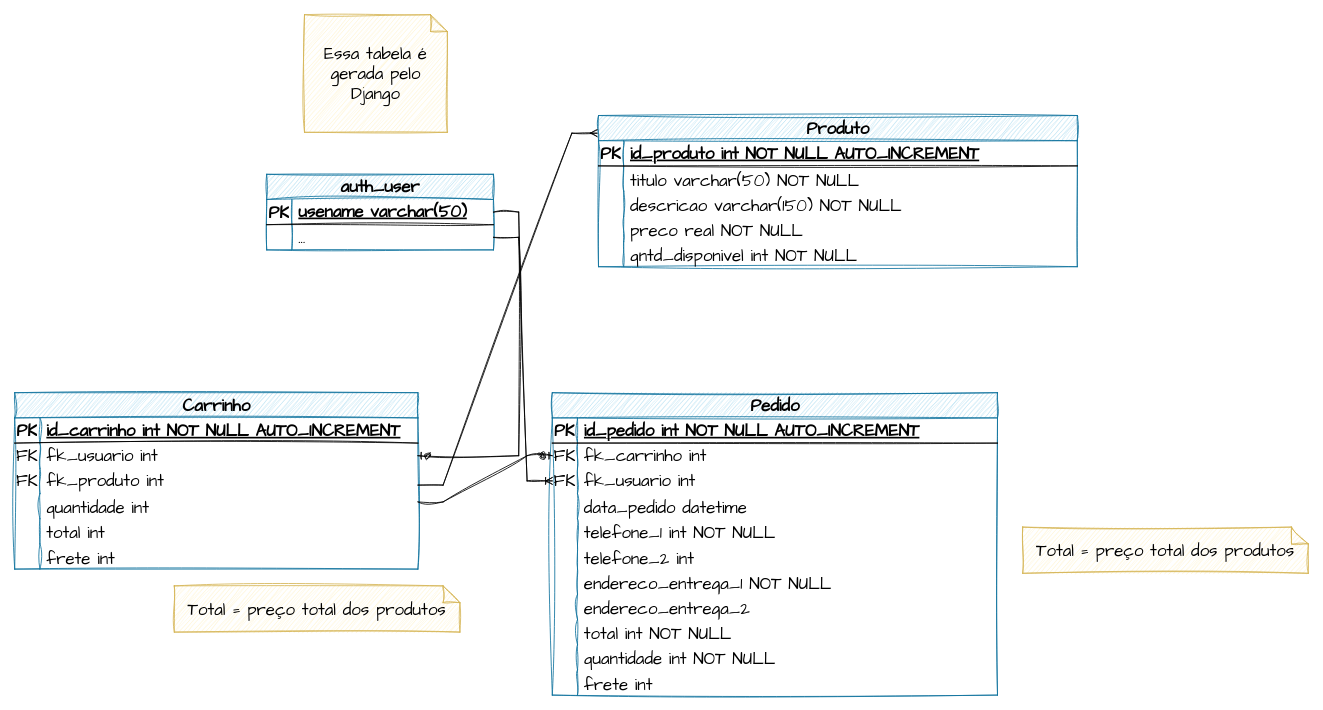
Before: docs/DER.drawio in rafaelngoncalves5/classewatches, a draw.io diagram. Source tidied: cells renumbered, new cells numbered last; positions are measured from the earlier drawing's top-left corner, leaving out a move shared by most shapes. Both pictures are drawn from the tidied source at 84%, with x=0, y=0 at pixel (14, 14).
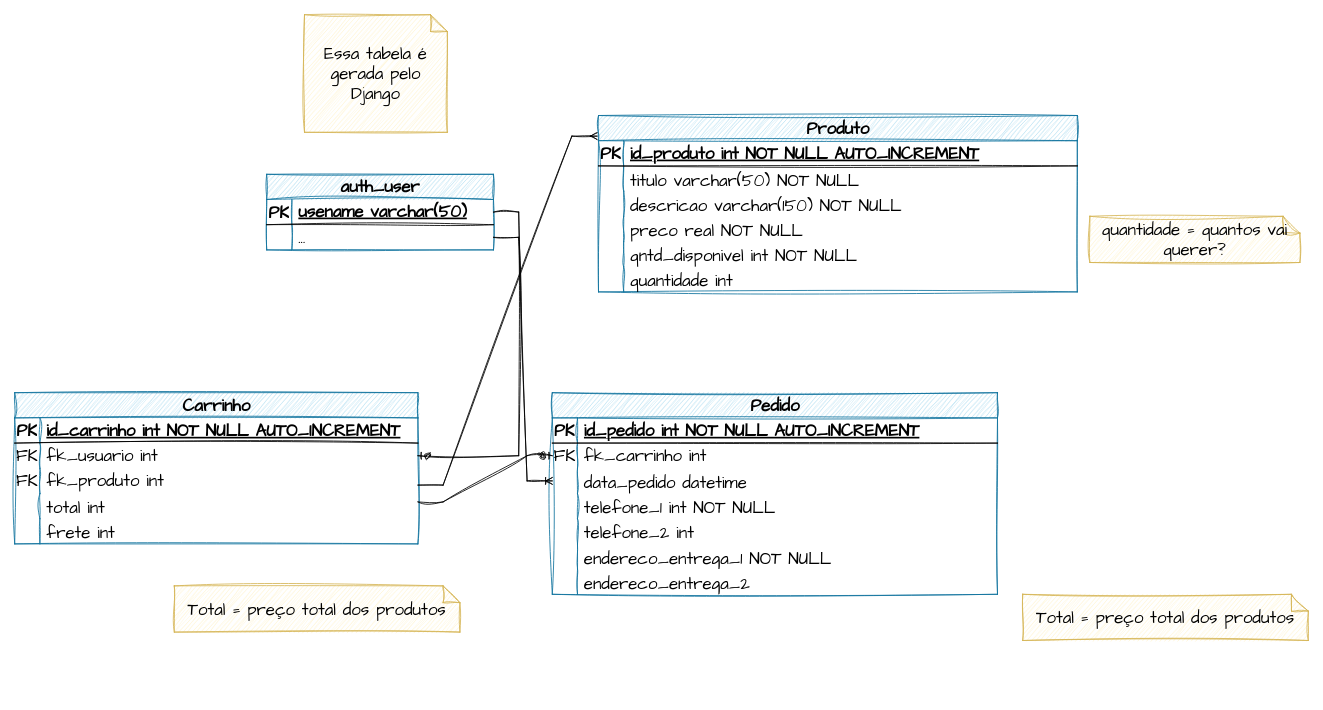
The same diagram, later.

Commit message (it also covers changes not shown here):
Formas Normais

Unchanged cells that the change refers to:
```xml
<mxCell id="19" style="shape=tableRow;horizontal=0;startSize=0;swimlaneHead=0;swimlaneBody=0;fillColor=none;points=[[0,0.5],[1,0.5]];portConstraint=eastwest;top=0;left=0;right=0;bottom=1;sketch=1;hachureGap=4;jiggle=2;curveFitting=1;fontFamily=Architects Daughter;fontSize=20;" parent="18" vertex="1">
  <mxGeometry y="30" width="270" height="30" as="geometry" />
</mxCell>
```

Diff of the diagram source:
```diff
@@
     <mxCell id="2" value="&lt;font color=&quot;#000000&quot;&gt;Produto&lt;/font&gt;" style="shape=table;startSize=30;childLayout=tableLayout;rowLines=0;fontStyle=1;align=center;html=1;sketch=1;hachureGap=4;jiggle=2;curveFitting=1;fontFamily=Architects Daughter;fontSize=20;fillColor=#b1ddf0;strokeColor=#10739e;" parent="1" vertex="1">
-      <mxGeometry x="695" y="120" width="570" height="180" as="geometry" />
+      <mxGeometry x="695" y="120" width="570" height="210" as="geometry" />
     </mxCell>
@@
+    <mxCell id="87" style="shape=tableRow;horizontal=0;startSize=0;swimlaneHead=0;swimlaneBody=0;fillColor=none;top=0;left=0;right=0;bottom=0;sketch=1;hachureGap=4;jiggle=2;curveFitting=1;fontFamily=Architects Daughter;fontSize=20;" parent="2" vertex="1">
+      <mxGeometry y="180" width="570" height="30" as="geometry" />
+    </mxCell>
+    <mxCell id="88" style="shape=partialRectangle;fillColor=none;top=0;left=0;bottom=0;right=0;overflow=hidden;sketch=1;hachureGap=4;jiggle=2;curveFitting=1;fontFamily=Architects Daughter;fontSize=20;" parent="87" vertex="1">
+      <mxGeometry width="30" height="30" as="geometry" />
+    </mxCell>
+    <mxCell id="74" value="quantidade int" style="shape=partialRectangle;fillColor=none;top=0;left=0;bottom=0;right=0;align=left;spacingLeft=6;overflow=hidden;sketch=1;hachureGap=4;jiggle=2;curveFitting=1;fontFamily=Architects Daughter;fontSize=20;" parent="87" vertex="1">
+      <mxGeometry x="30" width="540" height="30" as="geometry" />
+    </mxCell>
@@
     <mxCell id="25" value="Pedido" style="shape=table;startSize=30;childLayout=tableLayout;rowLines=0;fontStyle=1;align=center;html=1;sketch=1;hachureGap=4;jiggle=2;curveFitting=1;fontFamily=Architects Daughter;fontSize=20;fillColor=#b1ddf0;strokeColor=#10739e;" parent="1" vertex="1">
-      <mxGeometry x="640" y="450" width="530" height="360" as="geometry" />
+      <mxGeometry x="640" y="450" width="530" height="240" as="geometry" />
     </mxCell>
@@
-    <mxCell id="32" style="shape=tableRow;horizontal=0;startSize=0;swimlaneHead=0;swimlaneBody=0;fillColor=none;points=[[0,0.5],[1,0.5]];portConstraint=eastwest;top=0;left=0;right=0;bottom=0;sketch=1;hachureGap=4;jiggle=2;curveFitting=1;fontFamily=Architects Daughter;fontSize=20;" parent="25" vertex="1">
-      <mxGeometry y="90" width="530" height="30" as="geometry" />
-    </mxCell>
-    <mxCell id="33" value="FK" style="shape=partialRectangle;fillColor=none;top=0;left=0;bottom=0;right=0;fontStyle=0;overflow=hidden;whiteSpace=wrap;html=1;sketch=1;hachureGap=4;jiggle=2;curveFitting=1;fontFamily=Architects Daughter;fontSize=20;" parent="32" vertex="1">
-      <mxGeometry width="30" height="30" as="geometry" />
-    </mxCell>
-    <mxCell id="34" value="fk_usuario int" style="shape=partialRectangle;fillColor=none;top=0;left=0;bottom=0;right=0;align=left;spacingLeft=6;fontStyle=0;overflow=hidden;whiteSpace=wrap;html=1;sketch=1;hachureGap=4;jiggle=2;curveFitting=1;fontFamily=Architects Daughter;fontSize=20;" parent="32" vertex="1">
-      <mxGeometry x="30" width="500" height="30" as="geometry" />
-    </mxCell>
     <mxCell id="35" style="shape=tableRow;horizontal=0;startSize=0;swimlaneHead=0;swimlaneBody=0;fillColor=none;top=0;left=0;right=0;bottom=0;sketch=1;hachureGap=4;jiggle=2;curveFitting=1;fontFamily=Architects Daughter;fontSize=20;" parent="25" vertex="1">
-      <mxGeometry y="120" width="530" height="30" as="geometry" />
+      <mxGeometry y="90" width="530" height="30" as="geometry" />
     </mxCell>
@@
     <mxCell id="38" style="shape=tableRow;horizontal=0;startSize=0;swimlaneHead=0;swimlaneBody=0;fillColor=none;top=0;left=0;right=0;bottom=0;sketch=1;hachureGap=4;jiggle=2;curveFitting=1;fontFamily=Architects Daughter;fontSize=20;" parent="25" vertex="1">
-      <mxGeometry y="150" width="530" height="30" as="geometry" />
+      <mxGeometry y="120" width="530" height="30" as="geometry" />
     </mxCell>
@@
     <mxCell id="41" style="shape=tableRow;horizontal=0;startSize=0;swimlaneHead=0;swimlaneBody=0;fillColor=none;top=0;left=0;right=0;bottom=0;sketch=1;hachureGap=4;jiggle=2;curveFitting=1;fontFamily=Architects Daughter;fontSize=20;" parent="25" vertex="1">
-      <mxGeometry y="180" width="530" height="30" as="geometry" />
+      <mxGeometry y="150" width="530" height="30" as="geometry" />
     </mxCell>
@@
     <mxCell id="44" style="shape=tableRow;horizontal=0;startSize=0;swimlaneHead=0;swimlaneBody=0;fillColor=none;top=0;left=0;right=0;bottom=0;sketch=1;hachureGap=4;jiggle=2;curveFitting=1;fontFamily=Architects Daughter;fontSize=20;" parent="25" vertex="1">
-      <mxGeometry y="210" width="530" height="30" as="geometry" />
+      <mxGeometry y="180" width="530" height="30" as="geometry" />
     </mxCell>
@@
     <mxCell id="47" style="shape=tableRow;horizontal=0;startSize=0;swimlaneHead=0;swimlaneBody=0;fillColor=none;top=0;left=0;right=0;bottom=0;sketch=1;hachureGap=4;jiggle=2;curveFitting=1;fontFamily=Architects Daughter;fontSize=20;" parent="25" vertex="1">
-      <mxGeometry y="240" width="530" height="30" as="geometry" />
+      <mxGeometry y="210" width="530" height="30" as="geometry" />
     </mxCell>
@@
-    <mxCell id="50" style="shape=tableRow;horizontal=0;startSize=0;swimlaneHead=0;swimlaneBody=0;fillColor=none;top=0;left=0;right=0;bottom=0;sketch=1;hachureGap=4;jiggle=2;curveFitting=1;fontFamily=Architects Daughter;fontSize=20;" parent="25" vertex="1">
-      <mxGeometry y="270" width="530" height="30" as="geometry" />
-    </mxCell>
-    <mxCell id="51" style="shape=partialRectangle;fillColor=none;top=0;left=0;bottom=0;right=0;overflow=hidden;sketch=1;hachureGap=4;jiggle=2;curveFitting=1;fontFamily=Architects Daughter;fontSize=20;" parent="50" vertex="1">
-      <mxGeometry width="30" height="30" as="geometry" />
-    </mxCell>
-    <mxCell id="52" value="total int NOT NULL" style="shape=partialRectangle;fillColor=none;top=0;left=0;bottom=0;right=0;align=left;spacingLeft=6;overflow=hidden;sketch=1;hachureGap=4;jiggle=2;curveFitting=1;fontFamily=Architects Daughter;fontSize=20;" parent="50" vertex="1">
-      <mxGeometry x="30" width="500" height="30" as="geometry" />
-    </mxCell>
-    <mxCell id="53" style="shape=tableRow;horizontal=0;startSize=0;swimlaneHead=0;swimlaneBody=0;fillColor=none;top=0;left=0;right=0;bottom=0;sketch=1;hachureGap=4;jiggle=2;curveFitting=1;fontFamily=Architects Daughter;fontSize=20;" parent="25" vertex="1">
-      <mxGeometry y="300" width="530" height="30" as="geometry" />
-    </mxCell>
-    <mxCell id="54" style="shape=partialRectangle;fillColor=none;top=0;left=0;bottom=0;right=0;overflow=hidden;sketch=1;hachureGap=4;jiggle=2;curveFitting=1;fontFamily=Architects Daughter;fontSize=20;" parent="53" vertex="1">
-      <mxGeometry width="30" height="30" as="geometry" />
-    </mxCell>
-    <mxCell id="55" value="quantidade int NOT NULL" style="shape=partialRectangle;fillColor=none;top=0;left=0;bottom=0;right=0;align=left;spacingLeft=6;overflow=hidden;sketch=1;hachureGap=4;jiggle=2;curveFitting=1;fontFamily=Architects Daughter;fontSize=20;" parent="53" vertex="1">
-      <mxGeometry x="30" width="500" height="30" as="geometry" />
-    </mxCell>
-    <mxCell id="56" style="shape=tableRow;horizontal=0;startSize=0;swimlaneHead=0;swimlaneBody=0;fillColor=none;top=0;left=0;right=0;bottom=0;sketch=1;hachureGap=4;jiggle=2;curveFitting=1;fontFamily=Architects Daughter;fontSize=20;" parent="25" vertex="1">
-      <mxGeometry y="330" width="530" height="30" as="geometry" />
-    </mxCell>
-    <mxCell id="57" style="shape=partialRectangle;fillColor=none;top=0;left=0;bottom=0;right=0;overflow=hidden;sketch=1;hachureGap=4;jiggle=2;curveFitting=1;fontFamily=Architects Daughter;fontSize=20;" parent="56" vertex="1">
-      <mxGeometry width="30" height="30" as="geometry" />
-    </mxCell>
-    <mxCell id="58" value="frete int" style="shape=partialRectangle;fillColor=none;top=0;left=0;bottom=0;right=0;align=left;spacingLeft=6;overflow=hidden;sketch=1;hachureGap=4;jiggle=2;curveFitting=1;fontFamily=Architects Daughter;fontSize=20;" parent="56" vertex="1">
-      <mxGeometry x="30" width="500" height="30" as="geometry" />
-    </mxCell>
@@
     <mxCell id="62" value="Carrinho" style="shape=table;startSize=30;childLayout=tableLayout;rowLines=0;fontStyle=1;align=center;html=1;sketch=1;hachureGap=4;jiggle=2;curveFitting=1;fontFamily=Architects Daughter;fontSize=20;fillColor=#b1ddf0;strokeColor=#10739e;" parent="1" vertex="1">
-      <mxGeometry y="450" width="480" height="210" as="geometry" />
+      <mxGeometry y="450" width="480" height="180" as="geometry" />
     </mxCell>
@@
-    <mxCell id="72" style="shape=tableRow;horizontal=0;startSize=0;swimlaneHead=0;swimlaneBody=0;fillColor=none;top=0;left=0;right=0;bottom=0;sketch=1;hachureGap=4;jiggle=2;curveFitting=1;fontFamily=Architects Daughter;fontSize=20;" parent="62" vertex="1">
-      <mxGeometry y="120" width="480" height="30" as="geometry" />
-    </mxCell>
-    <mxCell id="73" style="shape=partialRectangle;fillColor=none;top=0;left=0;bottom=0;right=0;overflow=hidden;sketch=1;hachureGap=4;jiggle=2;curveFitting=1;fontFamily=Architects Daughter;fontSize=20;" parent="72" vertex="1">
-      <mxGeometry width="30" height="30" as="geometry" />
-    </mxCell>
-    <mxCell id="74" value="quantidade int" style="shape=partialRectangle;fillColor=none;top=0;left=0;bottom=0;right=0;align=left;spacingLeft=6;overflow=hidden;sketch=1;hachureGap=4;jiggle=2;curveFitting=1;fontFamily=Architects Daughter;fontSize=20;" parent="72" vertex="1">
-      <mxGeometry x="30" width="450" height="30" as="geometry" />
-    </mxCell>
     <mxCell id="75" style="shape=tableRow;horizontal=0;startSize=0;swimlaneHead=0;swimlaneBody=0;fillColor=none;top=0;left=0;right=0;bottom=0;sketch=1;hachureGap=4;jiggle=2;curveFitting=1;fontFamily=Architects Daughter;fontSize=20;" parent="62" vertex="1">
-      <mxGeometry y="150" width="480" height="30" as="geometry" />
+      <mxGeometry y="120" width="480" height="30" as="geometry" />
     </mxCell>
@@
     <mxCell id="78" style="shape=tableRow;horizontal=0;startSize=0;swimlaneHead=0;swimlaneBody=0;fillColor=none;top=0;left=0;right=0;bottom=0;sketch=1;hachureGap=4;jiggle=2;curveFitting=1;fontFamily=Architects Daughter;fontSize=20;" parent="62" vertex="1">
-      <mxGeometry y="180" width="480" height="30" as="geometry" />
+      <mxGeometry y="150" width="480" height="30" as="geometry" />
     </mxCell>
@@
     <mxCell id="81" value="Total = preço total dos produtos" style="shape=note;size=20;whiteSpace=wrap;html=1;sketch=1;hachureGap=4;jiggle=2;curveFitting=1;fontFamily=Architects Daughter;fontSize=20;fillColor=#fff2cc;strokeColor=#d6b656;" parent="1" vertex="1">
-      <mxGeometry x="1200" y="610" width="340" height="55" as="geometry" />
+      <mxGeometry x="1200" y="690" width="340" height="55" as="geometry" />
     </mxCell>
@@
-    <mxCell id="83" style="edgeStyle=entityRelationEdgeStyle;fontSize=12;html=1;endArrow=ERoneToMany;rounded=0;sketch=1;hachureGap=4;jiggle=2;curveFitting=1;fontFamily=Architects Daughter;entryX=0;entryY=0.5;entryDx=0;entryDy=0;exitX=1;exitY=0.5;exitDx=0;exitDy=0;" parent="1" edge="1" source="19" target="32">
-      <mxGeometry relative="1" as="geometry" />
+    <mxCell id="83" style="edgeStyle=entityRelationEdgeStyle;fontSize=12;html=1;endArrow=ERoneToMany;rounded=0;sketch=1;hachureGap=4;jiggle=2;curveFitting=1;fontFamily=Architects Daughter;entryX=0;entryY=0.5;entryDx=0;entryDy=0;exitX=1;exitY=0.5;exitDx=0;exitDy=0;" parent="1" edge="1" source="19">
+      <mxGeometry relative="1" as="geometry">
+        <mxPoint x="640" y="555" as="targetPoint" />
+      </mxGeometry>
     </mxCell>
@@
+    <mxCell id="89" value="quantidade = quantos vai querer?" style="shape=note;size=20;whiteSpace=wrap;html=1;sketch=1;hachureGap=4;jiggle=2;curveFitting=1;fontFamily=Architects Daughter;fontSize=20;fillColor=#fff2cc;strokeColor=#d6b656;" parent="1" vertex="1">
+      <mxGeometry x="1280" y="240" width="250" height="55" as="geometry" />
+    </mxCell>
```
